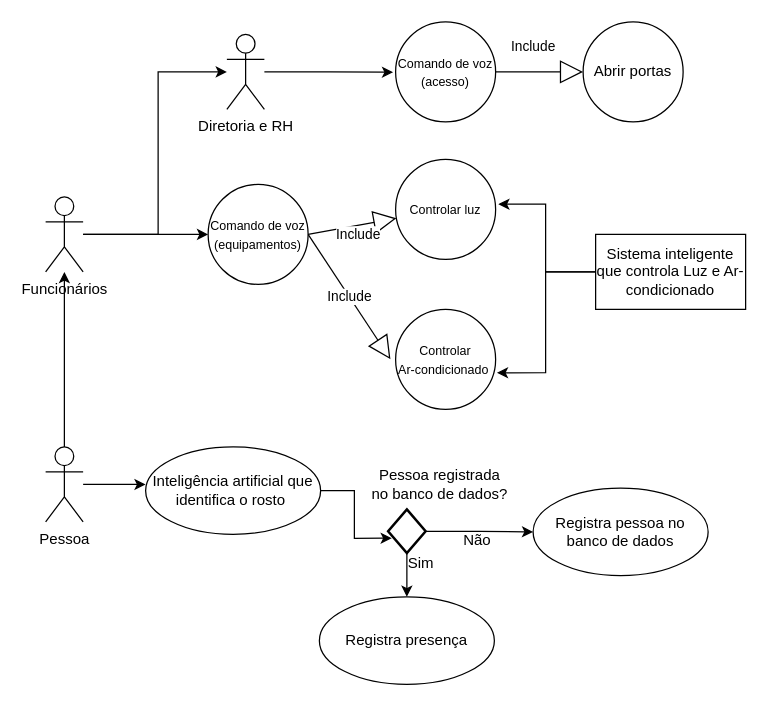
The draw.io diagram caso_de_uso_uninter.drawio in Victor-Alves1/UML-Diagrams, before the edit. Source tidied: cells renumbered, new cells numbered last; positions are measured from the earlier drawing's top-left corner, leaving out a move shared by most shapes. Both pictures are drawn from the tidied source at 125%, with x=0, y=0 at pixel (45, 21).
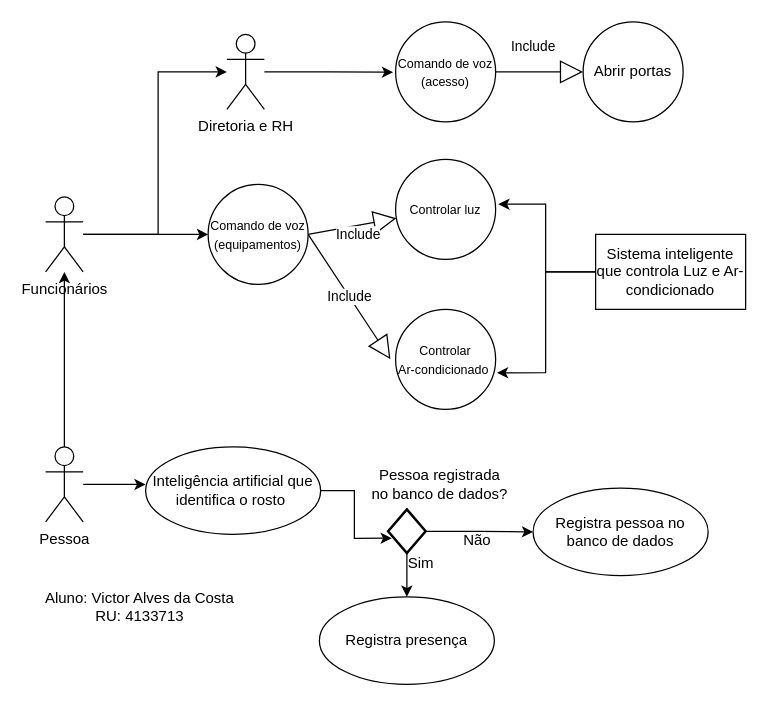
The same page after the edit.

The edit, as a diff of the source:
```diff
@@
+    <mxCell id="31" value="Aluno: Victor Alves da Costa&lt;br&gt;RU: 4133713" style="text;html=1;align=center;verticalAlign=middle;strokeColor=none;fillColor=none;" parent="1" vertex="1">
+      <mxGeometry x="-10" y="448" width="170" height="40" as="geometry" />
+    </mxCell>
```
